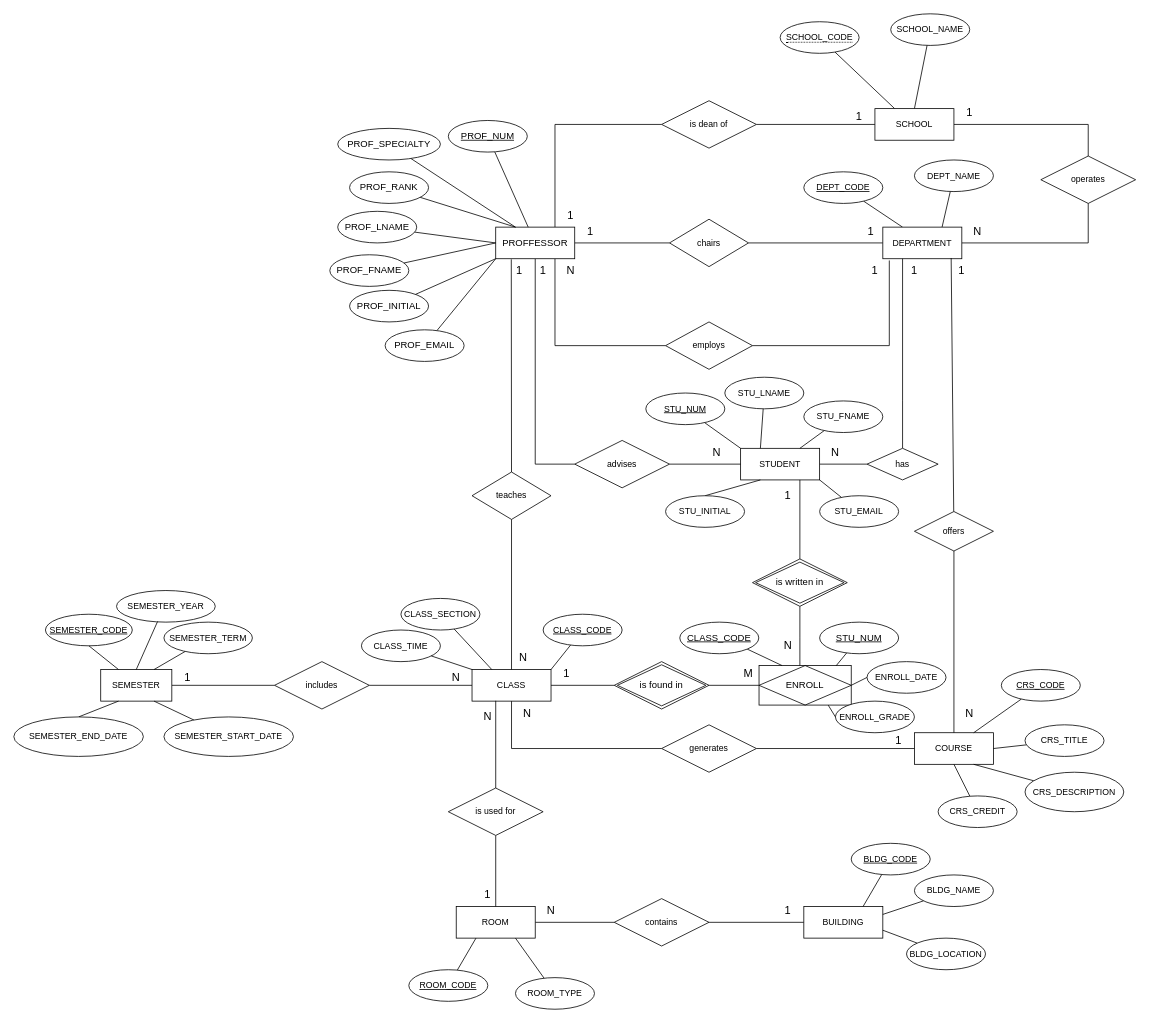
Earlier version of the draw.io diagram page "Page-1" (1 of 2) of Untitled Diagram2.drawio (XdpsX/BTL). Source tidied: cells renumbered, new cells numbered last; positions are measured from the earlier drawing's top-left corner, leaving out a move shared by most shapes. Both pictures are drawn from the tidied source at 79%, with x=0, y=0 at pixel (13, 13).
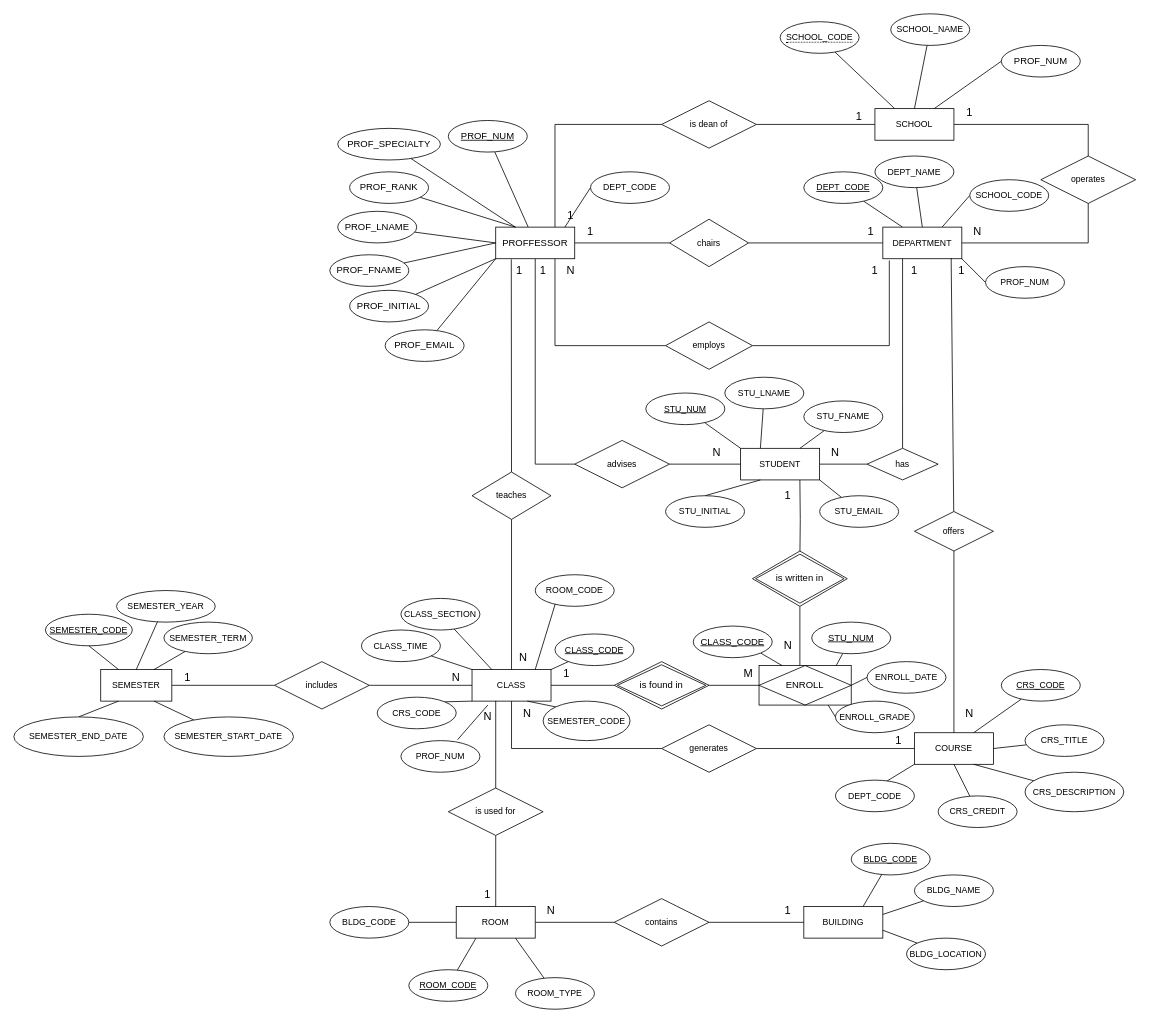
The same diagram, later.

Unchanged cells that the change refers to:
```xml
<mxCell id="41" value="STUDENT" style="whiteSpace=wrap;html=1;align=center;fontFamily=Helvetica;fontSize=11;fontColor=default;" parent="1" vertex="1">
  <mxGeometry x="920" y="550" width="100" height="40" as="geometry" />
</mxCell>
<mxCell id="45" value="SCHOOL" style="whiteSpace=wrap;html=1;align=center;fontFamily=Helvetica;fontSize=11;fontColor=default;" parent="1" vertex="1">
  <mxGeometry x="1090" y="120" width="100" height="40" as="geometry" />
</mxCell>
<mxCell id="48" value="DEPARTMENT" style="whiteSpace=wrap;html=1;align=center;fontFamily=Helvetica;fontSize=11;fontColor=default;" parent="1" vertex="1">
  <mxGeometry x="1100" y="270" width="100" height="40" as="geometry" />
</mxCell>
<mxCell id="63" value="CLASS" style="whiteSpace=wrap;html=1;align=center;fontFamily=Helvetica;fontSize=11;fontColor=default;" parent="1" vertex="1">
  <mxGeometry x="580" y="830" width="100" height="40" as="geometry" />
</mxCell>
<mxCell id="85" value="COURSE" style="whiteSpace=wrap;html=1;align=center;fontFamily=Helvetica;fontSize=11;fontColor=default;" parent="1" vertex="1">
  <mxGeometry x="1140" y="910" width="100" height="40" as="geometry" />
</mxCell>
<mxCell id="101" value="ROOM" style="whiteSpace=wrap;html=1;align=center;fontFamily=Helvetica;fontSize=11;fontColor=default;" parent="1" vertex="1">
  <mxGeometry x="560" y="1130" width="100" height="40" as="geometry" />
</mxCell>
<mxCell id="129" value="&lt;font style=&quot;font-size: 14px;&quot;&gt;1&lt;/font&gt;" style="text;html=1;strokeColor=none;fillColor=none;align=center;verticalAlign=middle;whiteSpace=wrap;rounded=0;fontSize=11;fontFamily=Helvetica;fontColor=default;" parent="1" vertex="1">
  <mxGeometry x="690" y="240" width="30" height="30" as="geometry" />
</mxCell>
<mxCell id="142" value="&lt;font style=&quot;font-size: 14px;&quot;&gt;N&lt;/font&gt;" style="text;html=1;strokeColor=none;fillColor=none;align=center;verticalAlign=middle;whiteSpace=wrap;rounded=0;fontSize=11;fontFamily=Helvetica;fontColor=default;" parent="1" vertex="1">
  <mxGeometry x="615" y="800" width="60" height="30" as="geometry" />
</mxCell>
<mxCell id="146" value="&lt;font style=&quot;font-size: 14px;&quot;&gt;N&lt;/font&gt;" style="text;html=1;strokeColor=none;fillColor=none;align=center;verticalAlign=middle;whiteSpace=wrap;rounded=0;fontSize=11;fontFamily=Helvetica;fontColor=default;" parent="1" vertex="1">
  <mxGeometry x="570" y="875" width="60" height="30" as="geometry" />
</mxCell>
<mxCell id="150" value="&lt;font style=&quot;font-size: 14px;&quot;&gt;N&lt;/font&gt;" style="text;html=1;strokeColor=none;fillColor=none;align=center;verticalAlign=middle;whiteSpace=wrap;rounded=0;fontSize=11;fontFamily=Helvetica;fontColor=default;" parent="1" vertex="1">
  <mxGeometry x="620" y="870" width="60" height="30" as="geometry" />
</mxCell>
<mxCell id="155" value="&lt;font style=&quot;font-size: 14px;&quot;&gt;1&lt;/font&gt;" style="text;html=1;strokeColor=none;fillColor=none;align=center;verticalAlign=middle;whiteSpace=wrap;rounded=0;fontSize=11;fontFamily=Helvetica;fontColor=default;" parent="1" vertex="1">
  <mxGeometry x="1170" y="310" width="60" height="30" as="geometry" />
</mxCell>
```

Diff of the diagram source:
```diff
@@
-    <mxCell id="22" style="edgeStyle=none;shape=connector;rounded=0;jettySize=auto;html=1;entryX=0.75;entryY=0;entryDx=0;entryDy=0;labelBackgroundColor=default;strokeColor=default;fontFamily=Helvetica;fontSize=11;fontColor=default;endArrow=none;endFill=0;" parent="1" edge="1" source="47" target="48">
+    <mxCell id="22" style="edgeStyle=none;shape=connector;rounded=0;jettySize=auto;html=1;entryX=0.5;entryY=0;entryDx=0;entryDy=0;labelBackgroundColor=default;strokeColor=default;fontFamily=Helvetica;fontSize=11;fontColor=default;endArrow=none;endFill=0;" parent="1" edge="1" source="47" target="48">
       <mxGeometry relative="1" as="geometry" />
     </mxCell>
@@
+    <mxCell id="157" style="rounded=0;jettySize=auto;html=1;exitX=0.75;exitY=0;exitDx=0;exitDy=0;entryX=0;entryY=0.5;entryDx=0;entryDy=0;endArrow=none;endFill=0;" parent="1" edge="1" source="45" target="167">
+      <mxGeometry relative="1" as="geometry" />
+    </mxCell>
@@
     <mxCell id="47" value="DEPT_NAME" style="ellipse;whiteSpace=wrap;html=1;align=center;fontFamily=Helvetica;fontSize=11;fontColor=default;" parent="1" vertex="1">
-      <mxGeometry x="1140" y="185" width="100" height="40" as="geometry" />
+      <mxGeometry x="1090" y="180" width="100" height="40" as="geometry" />
     </mxCell>
+    <mxCell id="158" style="edgeStyle=none;shape=connector;rounded=0;jettySize=auto;html=1;exitX=0.75;exitY=0;exitDx=0;exitDy=0;entryX=0;entryY=0.5;entryDx=0;entryDy=0;labelBackgroundColor=default;strokeColor=default;fontFamily=Helvetica;fontSize=11;fontColor=default;endArrow=none;endFill=0;" parent="1" edge="1" source="48" target="168">
+      <mxGeometry relative="1" as="geometry" />
+    </mxCell>
@@
+    <mxCell id="159" style="edgeStyle=none;shape=connector;rounded=0;jettySize=auto;html=1;exitX=0;exitY=1;exitDx=0;exitDy=0;entryX=1;entryY=0;entryDx=0;entryDy=0;labelBackgroundColor=default;strokeColor=default;fontFamily=Helvetica;fontSize=11;fontColor=default;endArrow=none;endFill=0;" parent="1" edge="1" source="63" target="173">
+      <mxGeometry relative="1" as="geometry" />
+    </mxCell>
@@
     <mxCell id="65" value="CLASS_CODE" style="ellipse;whiteSpace=wrap;html=1;align=center;fontStyle=4;fontFamily=Helvetica;fontSize=11;fontColor=default;" parent="1" vertex="1">
-      <mxGeometry x="670" y="760" width="100" height="40" as="geometry" />
+      <mxGeometry x="685" y="785" width="100" height="40" as="geometry" />
     </mxCell>
@@
-    <mxCell id="82" style="edgeStyle=orthogonalEdgeStyle;shape=connector;rounded=0;jettySize=auto;html=1;labelBackgroundColor=default;strokeColor=default;fontFamily=Helvetica;fontSize=11;fontColor=default;endArrow=none;endFill=0;entryX=0.75;entryY=1;entryDx=0;entryDy=0;exitX=0.5;exitY=0;exitDx=0;exitDy=0;" parent="1" edge="1" source="121" target="41">
-      <mxGeometry relative="1" as="geometry" />
+    <mxCell id="82" style="edgeStyle=orthogonalEdgeStyle;shape=connector;rounded=0;jettySize=auto;html=1;labelBackgroundColor=default;strokeColor=default;fontFamily=Helvetica;fontSize=11;fontColor=default;endArrow=none;endFill=0;entryX=0.75;entryY=1;entryDx=0;entryDy=0;" parent="1" edge="1" target="41">
+      <mxGeometry relative="1" as="geometry">
+        <mxPoint x="995" y="690" as="sourcePoint" />
+      </mxGeometry>
     </mxCell>
@@
+    <mxCell id="160" style="edgeStyle=none;shape=connector;rounded=0;jettySize=auto;html=1;exitX=0;exitY=1;exitDx=0;exitDy=0;entryX=0.645;entryY=0.041;entryDx=0;entryDy=0;entryPerimeter=0;labelBackgroundColor=default;strokeColor=default;fontFamily=Helvetica;fontSize=11;fontColor=default;endArrow=none;endFill=0;" parent="1" edge="1" source="85" target="171">
+      <mxGeometry relative="1" as="geometry" />
+    </mxCell>
@@
+    <mxCell id="161" style="edgeStyle=none;shape=connector;rounded=0;jettySize=auto;html=1;exitX=0;exitY=0.5;exitDx=0;exitDy=0;entryX=1;entryY=0.5;entryDx=0;entryDy=0;labelBackgroundColor=default;strokeColor=default;fontFamily=Helvetica;fontSize=11;fontColor=default;endArrow=none;endFill=0;" parent="1" edge="1" source="101" target="172">
+      <mxGeometry relative="1" as="geometry" />
+    </mxCell>
@@
     <mxCell id="121" value="is written in" style="shape=rhombus;double=1;perimeter=rhombusPerimeter;whiteSpace=wrap;html=1;align=center;" parent="1" vertex="1">
-      <mxGeometry x="935" y="690" width="120" height="60" as="geometry" />
+      <mxGeometry x="935" y="680" width="120" height="70" as="geometry" />
     </mxCell>
@@
     <mxCell id="123" value="CLASS_CODE" style="ellipse;whiteSpace=wrap;html=1;align=center;fontStyle=4;" parent="1" vertex="1">
-      <mxGeometry x="843" y="770" width="100" height="40" as="geometry" />
+      <mxGeometry x="860" y="775" width="100" height="40" as="geometry" />
     </mxCell>
@@
     <mxCell id="125" value="STU_NUM" style="ellipse;whiteSpace=wrap;html=1;align=center;fontStyle=4;" parent="1" vertex="1">
-      <mxGeometry x="1020" y="770" width="100" height="40" as="geometry" />
+      <mxGeometry x="1010" y="770" width="100" height="40" as="geometry" />
     </mxCell>
@@
+    <mxCell id="162" style="edgeStyle=none;shape=connector;rounded=0;jettySize=auto;html=1;exitX=0.25;exitY=1;exitDx=0;exitDy=0;entryX=0;entryY=0.5;entryDx=0;entryDy=0;labelBackgroundColor=default;strokeColor=default;fontFamily=Helvetica;fontSize=11;fontColor=default;endArrow=none;endFill=0;" parent="1" edge="1" source="129" target="170">
+      <mxGeometry relative="1" as="geometry" />
+    </mxCell>
@@
+    <mxCell id="163" style="edgeStyle=none;shape=connector;rounded=0;jettySize=auto;html=1;exitX=0.75;exitY=1;exitDx=0;exitDy=0;entryX=0.257;entryY=0.895;entryDx=0;entryDy=0;entryPerimeter=0;labelBackgroundColor=default;strokeColor=default;fontFamily=Helvetica;fontSize=11;fontColor=default;endArrow=none;endFill=0;" parent="1" edge="1" source="142" target="175">
+      <mxGeometry relative="1" as="geometry" />
+    </mxCell>
@@
+    <mxCell id="164" style="edgeStyle=none;shape=connector;rounded=0;jettySize=auto;html=1;exitX=0.5;exitY=0;exitDx=0;exitDy=0;entryX=0.717;entryY=-0.03;entryDx=0;entryDy=0;entryPerimeter=0;labelBackgroundColor=default;strokeColor=default;fontFamily=Helvetica;fontSize=11;fontColor=default;endArrow=none;endFill=0;" parent="1" edge="1" source="146" target="174">
+      <mxGeometry relative="1" as="geometry" />
+    </mxCell>
@@
+    <mxCell id="165" style="edgeStyle=none;shape=connector;rounded=0;jettySize=auto;html=1;exitX=0.5;exitY=0;exitDx=0;exitDy=0;entryX=0;entryY=0;entryDx=0;entryDy=0;labelBackgroundColor=default;strokeColor=default;fontFamily=Helvetica;fontSize=11;fontColor=default;endArrow=none;endFill=0;" parent="1" edge="1" source="150" target="176">
+      <mxGeometry relative="1" as="geometry" />
+    </mxCell>
@@
+    <mxCell id="166" style="edgeStyle=none;shape=connector;rounded=0;jettySize=auto;html=1;exitX=0.5;exitY=0;exitDx=0;exitDy=0;entryX=0;entryY=0.5;entryDx=0;entryDy=0;labelBackgroundColor=default;strokeColor=default;fontFamily=Helvetica;fontSize=11;fontColor=default;endArrow=none;endFill=0;" parent="1" edge="1" source="155" target="169">
+      <mxGeometry relative="1" as="geometry" />
+    </mxCell>
@@
+    <mxCell id="167" value="PROF_NUM" style="ellipse;whiteSpace=wrap;html=1;align=center;" parent="1" vertex="1">
+      <mxGeometry x="1250" y="40" width="100" height="40" as="geometry" />
+    </mxCell>
+    <mxCell id="168" value="SCHOOL_CODE" style="ellipse;whiteSpace=wrap;html=1;align=center;fontFamily=Helvetica;fontSize=11;fontColor=default;" parent="1" vertex="1">
+      <mxGeometry x="1210" y="210" width="100" height="40" as="geometry" />
+    </mxCell>
+    <mxCell id="169" value="PROF_NUM" style="ellipse;whiteSpace=wrap;html=1;align=center;fontFamily=Helvetica;fontSize=11;fontColor=default;" parent="1" vertex="1">
+      <mxGeometry x="1230" y="320" width="100" height="40" as="geometry" />
+    </mxCell>
+    <mxCell id="170" value="DEPT_CODE" style="ellipse;whiteSpace=wrap;html=1;align=center;fontFamily=Helvetica;fontSize=11;fontColor=default;" parent="1" vertex="1">
+      <mxGeometry x="730" y="200" width="100" height="40" as="geometry" />
+    </mxCell>
+    <mxCell id="171" value="DEPT_CODE" style="ellipse;whiteSpace=wrap;html=1;align=center;fontFamily=Helvetica;fontSize=11;fontColor=default;" parent="1" vertex="1">
+      <mxGeometry x="1040" y="970" width="100" height="40" as="geometry" />
+    </mxCell>
+    <mxCell id="172" value="BLDG_CODE" style="ellipse;whiteSpace=wrap;html=1;align=center;fontFamily=Helvetica;fontSize=11;fontColor=default;" parent="1" vertex="1">
+      <mxGeometry x="400" y="1130" width="100" height="40" as="geometry" />
+    </mxCell>
+    <mxCell id="173" value="CRS_CODE" style="ellipse;whiteSpace=wrap;html=1;align=center;fontFamily=Helvetica;fontSize=11;fontColor=default;" parent="1" vertex="1">
+      <mxGeometry x="460" y="865" width="100" height="40" as="geometry" />
+    </mxCell>
+    <mxCell id="174" value="PROF_NUM" style="ellipse;whiteSpace=wrap;html=1;align=center;fontFamily=Helvetica;fontSize=11;fontColor=default;" parent="1" vertex="1">
+      <mxGeometry x="490" y="920" width="100" height="40" as="geometry" />
+    </mxCell>
+    <mxCell id="175" value="ROOM_CODE" style="ellipse;whiteSpace=wrap;html=1;align=center;fontFamily=Helvetica;fontSize=11;fontColor=default;" parent="1" vertex="1">
+      <mxGeometry x="660" y="710" width="100" height="40" as="geometry" />
+    </mxCell>
+    <mxCell id="176" value="SEMESTER_CODE" style="ellipse;whiteSpace=wrap;html=1;align=center;fontFamily=Helvetica;fontSize=11;fontColor=default;" parent="1" vertex="1">
+      <mxGeometry x="670" y="870" width="110" height="50" as="geometry" />
+    </mxCell>
```
